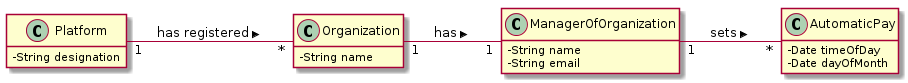
The PlantUML diagram docs/UC5 - Set Day of Payment/UC5_MD.png in pedrolemos4/LAPR2, before a commit.
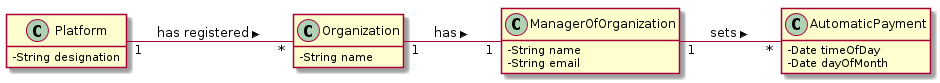
After the change.

The edit, as a diff of the source:
```diff
@@ -16,12 +16,12 @@
   -String name
 }
 
-class AutomaticPay {
+class AutomaticPayment {
   -Date timeOfDay
   -Date dayOfMonth
 }
 
 Platform "1" -- "*" Organization : has registered >
 Organization "1" -- "1" ManagerOfOrganization : has >
-ManagerOfOrganization "1" -- "*" AutomaticPay : sets >
+ManagerOfOrganization "1" -- "*" AutomaticPayment : sets >
 @enduml
```
